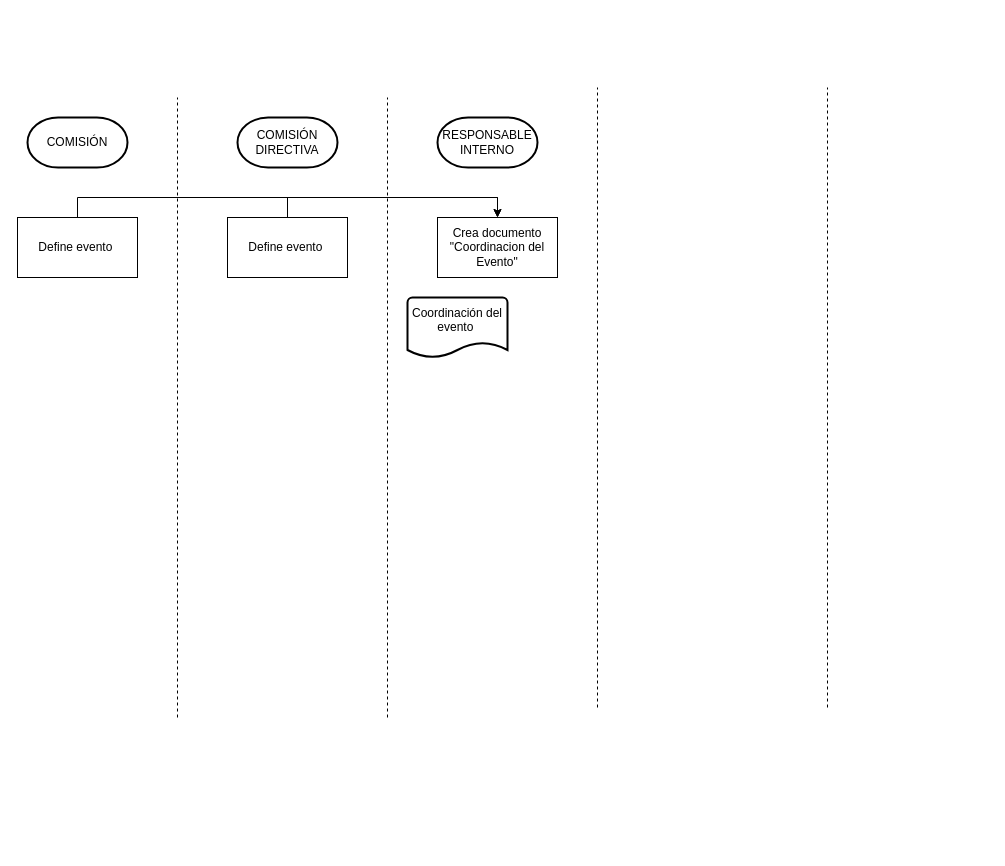
Earlier version of the draw.io diagram flujo_eventos.drawio (Paulacoria/AnalisisDeDatos). Source tidied: cells renumbered, new cells numbered last; positions are measured from the earlier drawing's top-left corner, leaving out a move shared by most shapes. Both pictures are drawn from the tidied source at 100%, with x=0, y=0 at pixel (17, 87).
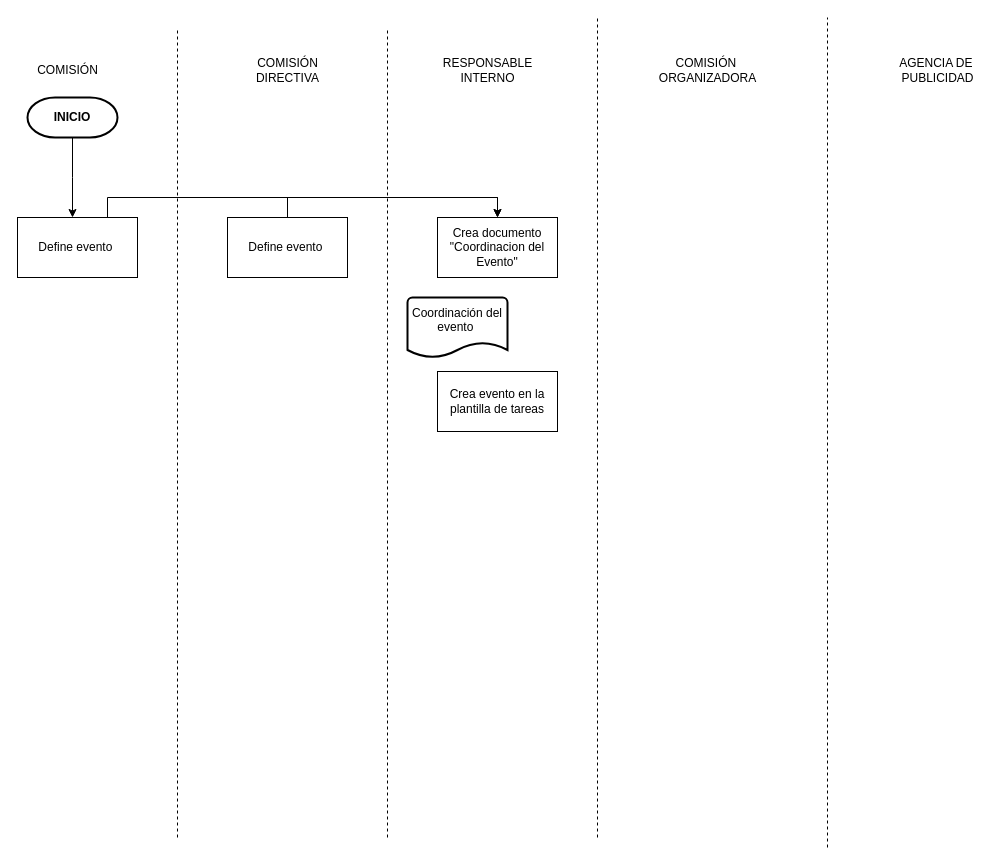
Above is the later version.

Unchanged cells that the change refers to:
```xml
<mxCell id="3" value="Define evento&amp;nbsp;" style="rounded=0;whiteSpace=wrap;html=1;" parent="1" vertex="1">
  <mxGeometry y="130" width="120" height="60" as="geometry" />
</mxCell>
<mxCell id="13" value="Crea documento &quot;Coordinacion del Evento&lt;span style=&quot;background-color: transparent;&quot;&gt;&quot;&lt;/span&gt;" style="rounded=0;whiteSpace=wrap;html=1;" parent="1" vertex="1">
  <mxGeometry x="420" y="130" width="120" height="60" as="geometry" />
</mxCell>
```

Diff of the diagram source:
```diff
@@
-    <mxCell id="2" style="edgeStyle=orthogonalEdgeStyle;rounded=0;jettySize=auto;html=1;exitX=0.5;exitY=0;exitDx=0;exitDy=0;entryX=0.5;entryY=0;entryDx=0;entryDy=0;" parent="1" edge="1" source="3" target="13">
+    <mxCell id="2" style="edgeStyle=orthogonalEdgeStyle;rounded=0;jettySize=auto;html=1;exitX=0.75;exitY=0;exitDx=0;exitDy=0;entryX=0.5;entryY=0;entryDx=0;entryDy=0;" parent="1" edge="1" source="3" target="13">
       <mxGeometry relative="1" as="geometry" />
     </mxCell>
@@
-    <mxCell id="4" value="COMISIÓN" style="strokeWidth=2;html=1;shape=mxgraph.flowchart.terminator;whiteSpace=wrap;" parent="1" vertex="1">
-      <mxGeometry x="10" y="30" width="100" height="50" as="geometry" />
-    </mxCell>
-    <mxCell id="5" value="COMISIÓN DIRECTIVA" style="strokeWidth=2;html=1;shape=mxgraph.flowchart.terminator;whiteSpace=wrap;" parent="1" vertex="1">
-      <mxGeometry x="220" y="30" width="100" height="50" as="geometry" />
-    </mxCell>
-    <mxCell id="6" value="RESPONSABLE INTERNO" style="strokeWidth=2;html=1;shape=mxgraph.flowchart.terminator;whiteSpace=wrap;" parent="1" vertex="1">
-      <mxGeometry x="420" y="30" width="100" height="50" as="geometry" />
-    </mxCell>
     <mxCell id="7" style="endArrow=none;dashed=1;html=1;rounded=0;" parent="1" edge="1">
       <mxGeometry relative="1" as="geometry">
-        <mxPoint x="160" y="630" as="sourcePoint" />
-        <mxPoint x="160" y="10" as="targetPoint" />
+        <mxPoint x="160" y="750" as="sourcePoint" />
+        <mxPoint x="160" y="-60" as="targetPoint" />
       </mxGeometry>
     </mxCell>
     <mxCell id="8" style="endArrow=none;dashed=1;html=1;rounded=0;" parent="1" edge="1">
       <mxGeometry relative="1" as="geometry">
-        <mxPoint x="370" y="630" as="sourcePoint" />
-        <mxPoint x="370" y="10" as="targetPoint" />
+        <mxPoint x="370" y="750" as="sourcePoint" />
+        <mxPoint x="370" y="-60" as="targetPoint" />
         <Array as="points">
-          <mxPoint x="370" y="320" />
+          <mxPoint x="370" y="250" />
         </Array>
       </mxGeometry>
     </mxCell>
     <mxCell id="9" style="endArrow=none;dashed=1;html=1;rounded=0;" parent="1" edge="1">
       <mxGeometry relative="1" as="geometry">
-        <mxPoint x="580" y="620" as="sourcePoint" />
-        <mxPoint x="580" as="targetPoint" />
+        <mxPoint x="580" y="750" as="sourcePoint" />
+        <mxPoint x="580" y="-70" as="targetPoint" />
       </mxGeometry>
     </mxCell>
     <mxCell id="10" style="endArrow=none;dashed=1;html=1;rounded=0;" parent="1" edge="1">
       <mxGeometry relative="1" as="geometry">
-        <mxPoint x="810" y="620" as="sourcePoint" />
-        <mxPoint x="810" as="targetPoint" />
+        <mxPoint x="810" y="760" as="sourcePoint" />
+        <mxPoint x="810" y="-70" as="targetPoint" />
       </mxGeometry>
     </mxCell>
@@
+    <mxCell id="4" value="COMISIÓN" style="text;html=1;align=center;verticalAlign=middle;strokeColor=none;fillColor=none;" parent="1" vertex="1">
+      <mxGeometry x="10" y="-32" width="80" height="30" as="geometry" />
+    </mxCell>
+    <mxCell id="5" value="COMISIÓN&lt;div&gt;DIRECTIVA&lt;/div&gt;" style="text;html=1;align=center;verticalAlign=middle;strokeColor=none;fillColor=none;" parent="1" vertex="1">
+      <mxGeometry x="225" y="-37" width="90" height="40" as="geometry" />
+    </mxCell>
+    <mxCell id="6" value="RESPONSABLE&lt;div&gt;INTERNO&lt;/div&gt;" style="text;html=1;align=center;verticalAlign=middle;strokeColor=none;fillColor=none;" parent="1" vertex="1">
+      <mxGeometry x="415" y="-37" width="110" height="40" as="geometry" />
+    </mxCell>
+    <mxCell id="15" value="COMISIÓN&amp;nbsp;&lt;div&gt;ORGANIZADORA&lt;/div&gt;" style="text;html=1;align=center;verticalAlign=middle;strokeColor=none;fillColor=none;" parent="1" vertex="1">
+      <mxGeometry x="630" y="-37" width="120" height="40" as="geometry" />
+    </mxCell>
+    <mxCell id="16" value="AGENCIA DE&amp;nbsp;&lt;div&gt;PUBLICIDAD&lt;/div&gt;" style="text;html=1;align=center;verticalAlign=middle;strokeColor=none;fillColor=none;" parent="1" vertex="1">
+      <mxGeometry x="870" y="-37" width="100" height="40" as="geometry" />
+    </mxCell>
+    <mxCell id="17" value="Crea evento en la plantilla de tareas" style="whiteSpace=wrap;html=1;" parent="1" vertex="1">
+      <mxGeometry x="420" y="284" width="120" height="60" as="geometry" />
+    </mxCell>
+    <mxCell id="18" value="&lt;b&gt;INICIO&lt;/b&gt;" style="strokeWidth=2;html=1;shape=mxgraph.flowchart.terminator;whiteSpace=wrap;" parent="1" vertex="1">
+      <mxGeometry x="10" y="10" width="90" height="40" as="geometry" />
+    </mxCell>
+    <mxCell id="19" style="edgeStyle=orthogonalEdgeStyle;rounded=0;jettySize=auto;html=1;" parent="1" edge="1" source="18">
+      <mxGeometry relative="1" as="geometry">
+        <mxPoint x="55" y="130" as="targetPoint" />
+      </mxGeometry>
+    </mxCell>
```
